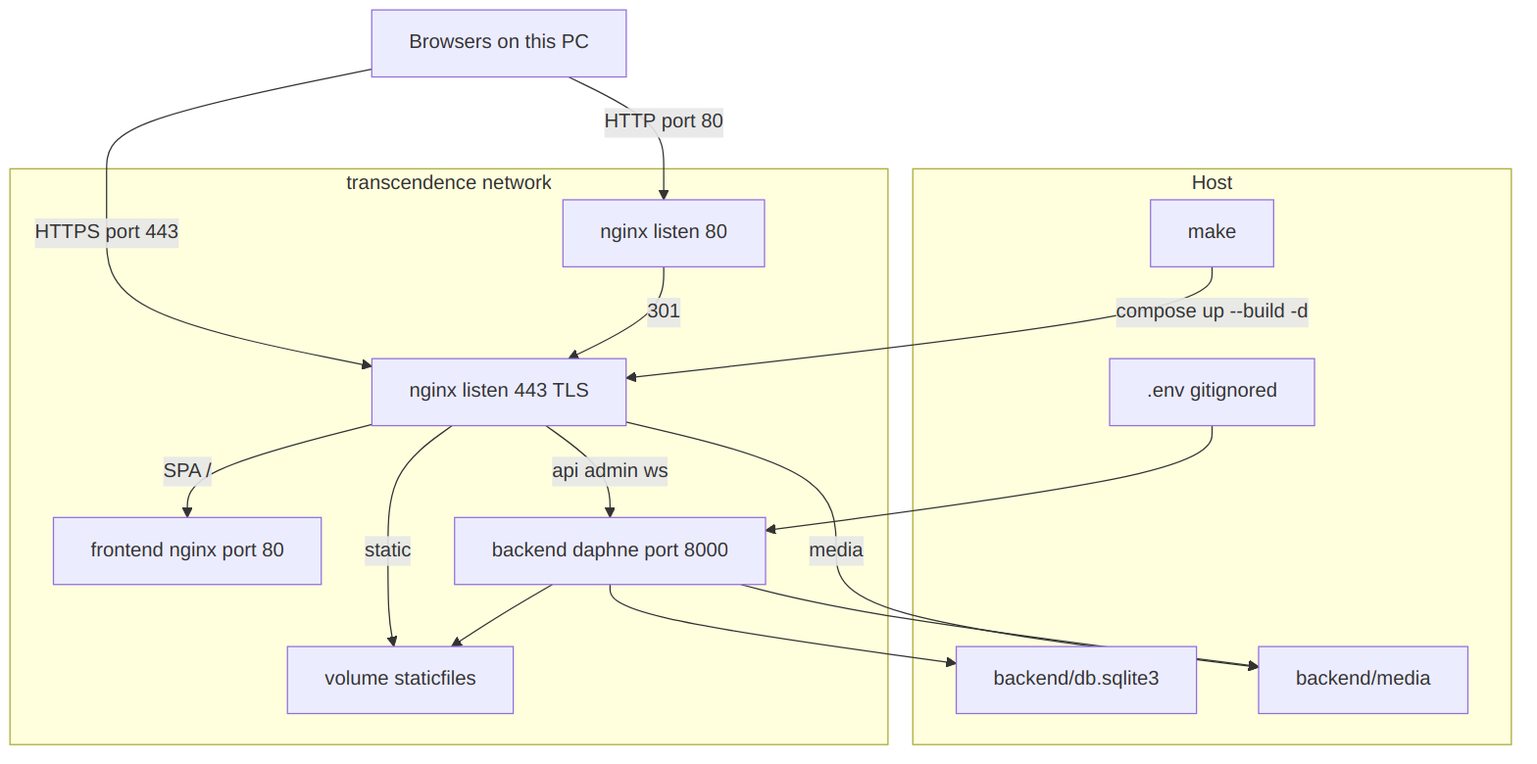
Above: docs/docker/overview.png in BalazsHoc/ft_transcendence (Mermaid), before the change. Its source is kept beside it as docs/docker/overview.mmd. The source it was exported from:
```mermaid
flowchart TB
  browsers["Browsers on this PC"]
  browsers -->|"HTTP port 80"| nginxHttp
  browsers -->|"HTTPS port 443"| nginxHttps

  subgraph host [Host]
    makeCmd["make"]
    sqliteFile["backend/db.sqlite3"]
    mediaDir["backend/media"]
    envFile[".env gitignored"]
  end

  subgraph net [transcendence network]
    nginxHttp["nginx listen 80"]
    nginxHttps["nginx listen 443 TLS"]
    frontend["frontend nginx port 80"]
    backend["backend daphne port 8000"]
    staticVol["volume staticfiles"]
  end

  makeCmd -->|"compose up --build -d"| nginxHttps
  nginxHttp -->|"301"| nginxHttps
  nginxHttps -->|"SPA /"| frontend
  nginxHttps -->|"api admin ws"| backend
  nginxHttps -->|"static"| staticVol
  nginxHttps -->|"media"| mediaDir
  backend --> sqliteFile
  backend --> mediaDir
  backend --> staticVol
  envFile --> backend
```
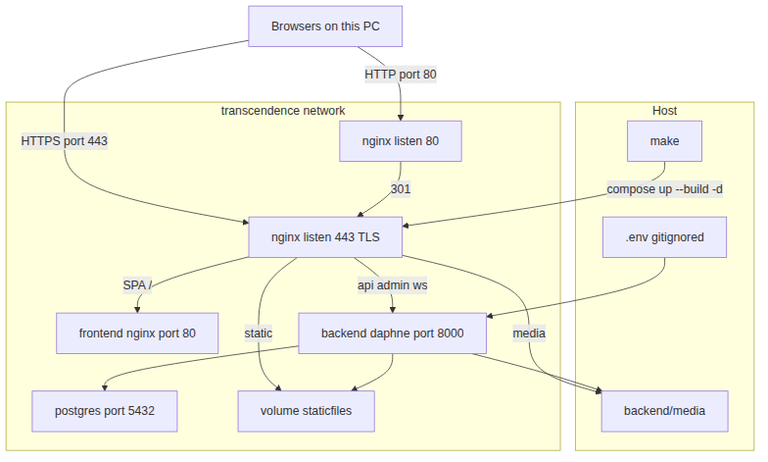
The same file after the commit.

Diff of the diagram source:
```diff
@@ -5,7 +5,6 @@
 
   subgraph host [Host]
     makeCmd["make"]
-    sqliteFile["backend/db.sqlite3"]
     mediaDir["backend/media"]
     envFile[".env gitignored"]
   end
@@ -15,6 +14,7 @@
     nginxHttps["nginx listen 443 TLS"]
     frontend["frontend nginx port 80"]
     backend["backend daphne port 8000"]
+    db["postgres port 5432"]
     staticVol["volume staticfiles"]
   end
 
@@ -24,7 +24,7 @@
   nginxHttps -->|"api admin ws"| backend
   nginxHttps -->|"static"| staticVol
   nginxHttps -->|"media"| mediaDir
-  backend --> sqliteFile
+  backend --> db
   backend --> mediaDir
   backend --> staticVol
   envFile --> backend
```
